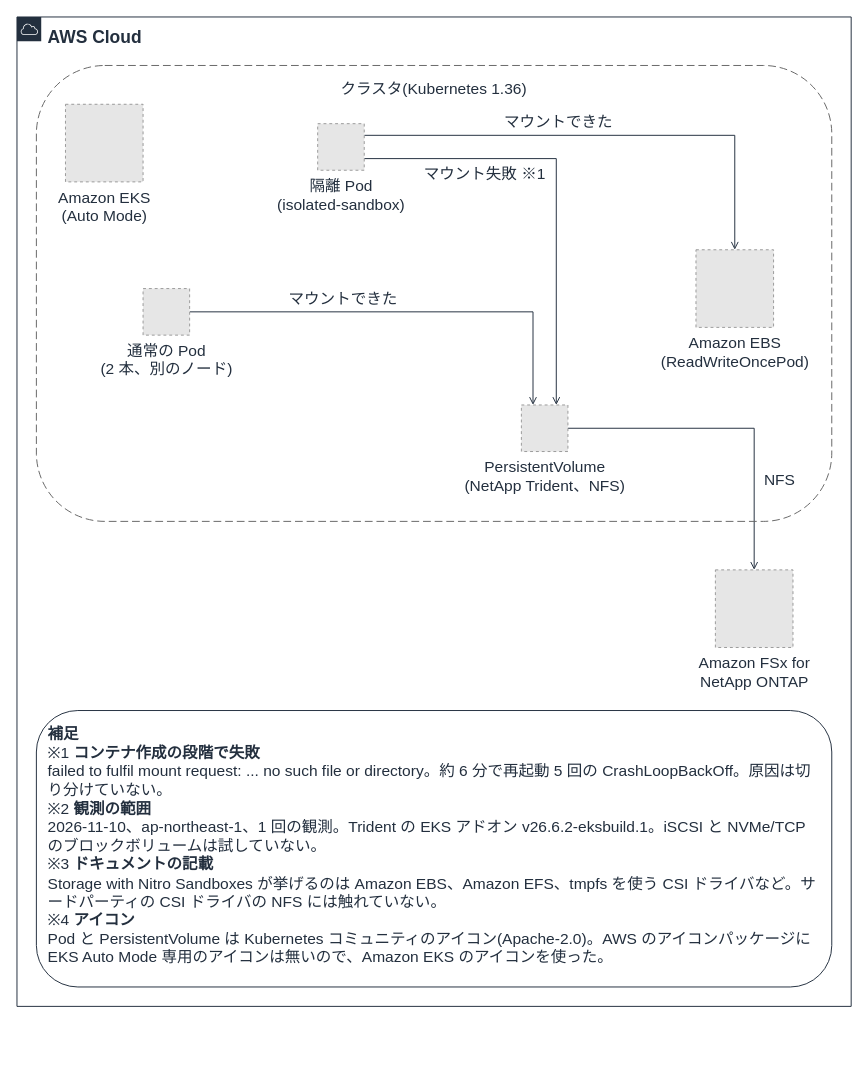
This is docs/_assets/diagrams/s3ap-sandbox-storage.drawio from Yoshiki0705/FSx-for-ONTAP-Container-Datastore-Patterns, a draw.io file, before an edit. Source tidied: cells renumbered, new cells numbered last; positions are measured from the earlier drawing's top-left corner, leaving out a move shared by most shapes. Both pictures are drawn from the tidied source at 97%, with x=0, y=0 at pixel (16, 16). Pictures stored in the file or linked from it are replaced by grey dashed boxes.
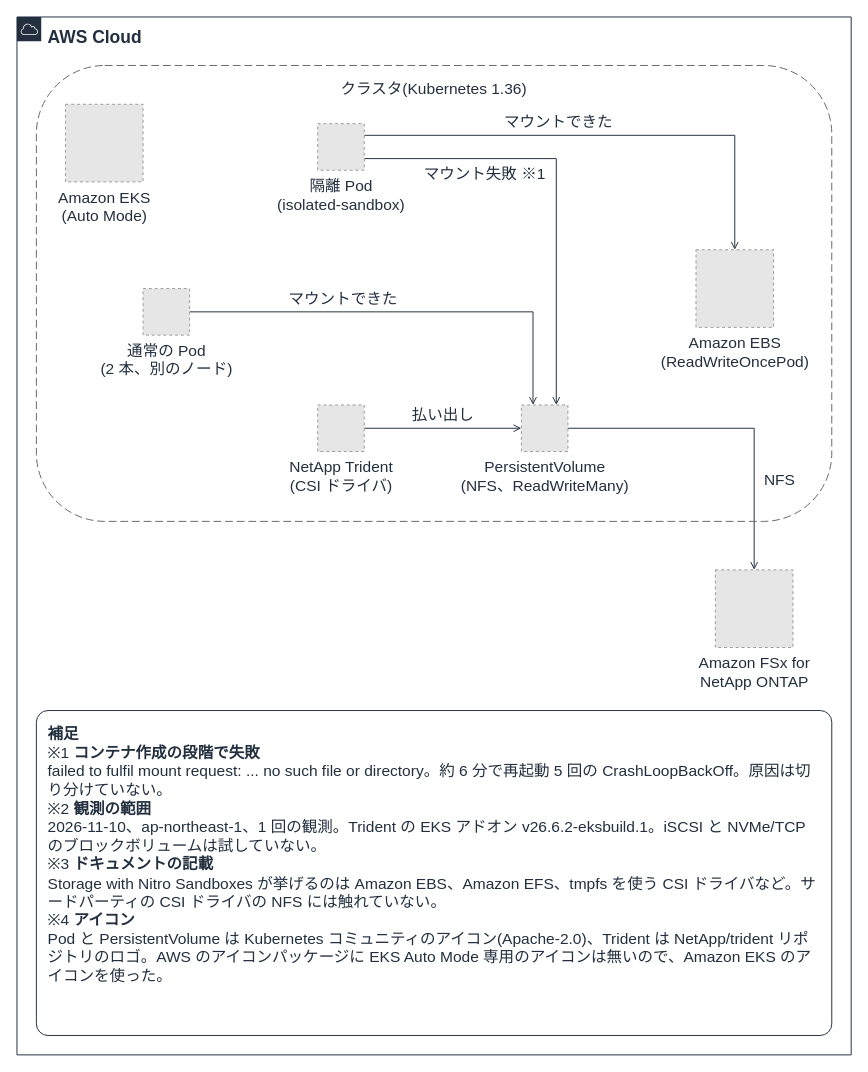
After the change.

What changed in the source:
```diff
@@
+    <mxCell id="15" value="払い出し" style="edgeStyle=orthogonalEdgeStyle;rounded=0;html=1;endArrow=open;endFill=0;strokeColor=#232F3E;strokeWidth=1;fontSize=16;fontColor=#232F3E;labelBackgroundColor=#FFFFFF;exitX=1.0;exitY=0.5;exitDx=0;exitDy=0;entryX=0.0;entryY=0.5;entryDx=0;entryDy=0;" parent="1" edge="1" source="16" target="13">
+      <mxGeometry relative="1" as="geometry">
+        <mxPoint y="-14" as="offset" />
+      </mxGeometry>
+    </mxCell>
@@
     <mxCell id="6" value="AWS Cloud" style="gradientColor=none;html=1;whiteSpace=wrap;fontSize=18;fontStyle=1;fontColor=#232F3E;shape=mxgraph.aws4.group;grIcon=mxgraph.aws4.group_aws_cloud;strokeColor=#232F3E;fillColor=none;verticalAlign=top;align=left;spacingLeft=30;spacingTop=4;dashed=0;labelBackgroundColor=#FFFFFF;" parent="1" vertex="1">
-      <mxGeometry width="860" height="1020" as="geometry" />
+      <mxGeometry width="860" height="1070" as="geometry" />
     </mxCell>
@@
-    <mxCell id="8" value="&lt;b&gt;補足&lt;/b&gt;&lt;br&gt;※1 &lt;b&gt;コンテナ作成の段階で失敗&lt;/b&gt;&lt;br&gt;failed to fulfil mount request: ... no such file or directory。約 6 分で再起動 5 回の CrashLoopBackOff。原因は切り分けていない。&lt;br&gt;※2 &lt;b&gt;観測の範囲&lt;/b&gt;&lt;br&gt;2026-11-10、ap-northeast-1、1 回の観測。Trident の EKS アドオン v26.6.2-eksbuild.1。iSCSI と NVMe/TCP のブロックボリュームは試していない。&lt;br&gt;※3 &lt;b&gt;ドキュメントの記載&lt;/b&gt;&lt;br&gt;Storage with Nitro Sandboxes が挙げるのは Amazon EBS、Amazon EFS、tmpfs を使う CSI ドライバなど。サードパーティの CSI ドライバの NFS には触れていない。&lt;br&gt;※4 &lt;b&gt;アイコン&lt;/b&gt;&lt;br&gt;Pod と PersistentVolume は Kubernetes コミュニティのアイコン(Apache-2.0)。AWS のアイコンパッケージに EKS Auto Mode 専用のアイコンは無いので、Amazon EKS のアイコンを使った。" style="rounded=1;whiteSpace=wrap;html=1;strokeColor=#232F3E;fillColor=none;fontColor=#232F3E;fontSize=16;verticalAlign=top;align=left;spacingLeft=10;spacingRight=10;spacingTop=8;" parent="1" vertex="1">
-      <mxGeometry x="20" y="715" width="820" height="285" as="geometry" />
+    <mxCell id="8" value="&lt;b&gt;補足&lt;/b&gt;&lt;br&gt;※1 &lt;b&gt;コンテナ作成の段階で失敗&lt;/b&gt;&lt;br&gt;failed to fulfil mount request: ... no such file or directory。約 6 分で再起動 5 回の CrashLoopBackOff。原因は切り分けていない。&lt;br&gt;※2 &lt;b&gt;観測の範囲&lt;/b&gt;&lt;br&gt;2026-11-10、ap-northeast-1、1 回の観測。Trident の EKS アドオン v26.6.2-eksbuild.1。iSCSI と NVMe/TCP のブロックボリュームは試していない。&lt;br&gt;※3 &lt;b&gt;ドキュメントの記載&lt;/b&gt;&lt;br&gt;Storage with Nitro Sandboxes が挙げるのは Amazon EBS、Amazon EFS、tmpfs を使う CSI ドライバなど。サードパーティの CSI ドライバの NFS には触れていない。&lt;br&gt;※4 &lt;b&gt;アイコン&lt;/b&gt;&lt;br&gt;Pod と PersistentVolume は Kubernetes コミュニティのアイコン(Apache-2.0)、Trident は NetApp/trident リポジトリのロゴ。AWS のアイコンパッケージに EKS Auto Mode 専用のアイコンは無いので、Amazon EKS のアイコンを使った。" style="rounded=1;absoluteArcSize=1;arcSize=24;whiteSpace=wrap;html=1;strokeColor=#232F3E;fillColor=none;fontColor=#232F3E;fontSize=16;verticalAlign=top;align=left;spacingLeft=10;spacingRight=10;spacingTop=8;" parent="1" vertex="1">
+      <mxGeometry x="20" y="715" width="820" height="335" as="geometry" />
     </mxCell>
@@
+    <mxCell id="16" value="NetApp Trident&lt;br&gt;(CSI ドライバ)" style="fillColor=#E6E6E6;strokeColor=#999999;dashed=1;html=1;verticalLabelPosition=bottom;verticalAlign=top;labelPosition=center;align=center;fontSize=16;fontColor=#232F3E;" parent="1" vertex="1">
+      <mxGeometry x="310" y="400" width="48" height="48" as="geometry" />
+    </mxCell>
-    <mxCell id="13" value="PersistentVolume&lt;br&gt;(NetApp Trident、NFS)" style="fillColor=#E6E6E6;strokeColor=#999999;dashed=1;html=1;verticalLabelPosition=bottom;verticalAlign=top;labelPosition=center;align=center;fontSize=16;fontColor=#232F3E;" parent="1" vertex="1">
+    <mxCell id="13" value="PersistentVolume&lt;br&gt;(NFS、ReadWriteMany)" style="fillColor=#E6E6E6;strokeColor=#999999;dashed=1;html=1;verticalLabelPosition=bottom;verticalAlign=top;labelPosition=center;align=center;fontSize=16;fontColor=#232F3E;" parent="1" vertex="1">
       <mxGeometry x="520" y="400" width="48" height="48" as="geometry" />
     </mxCell>
```
